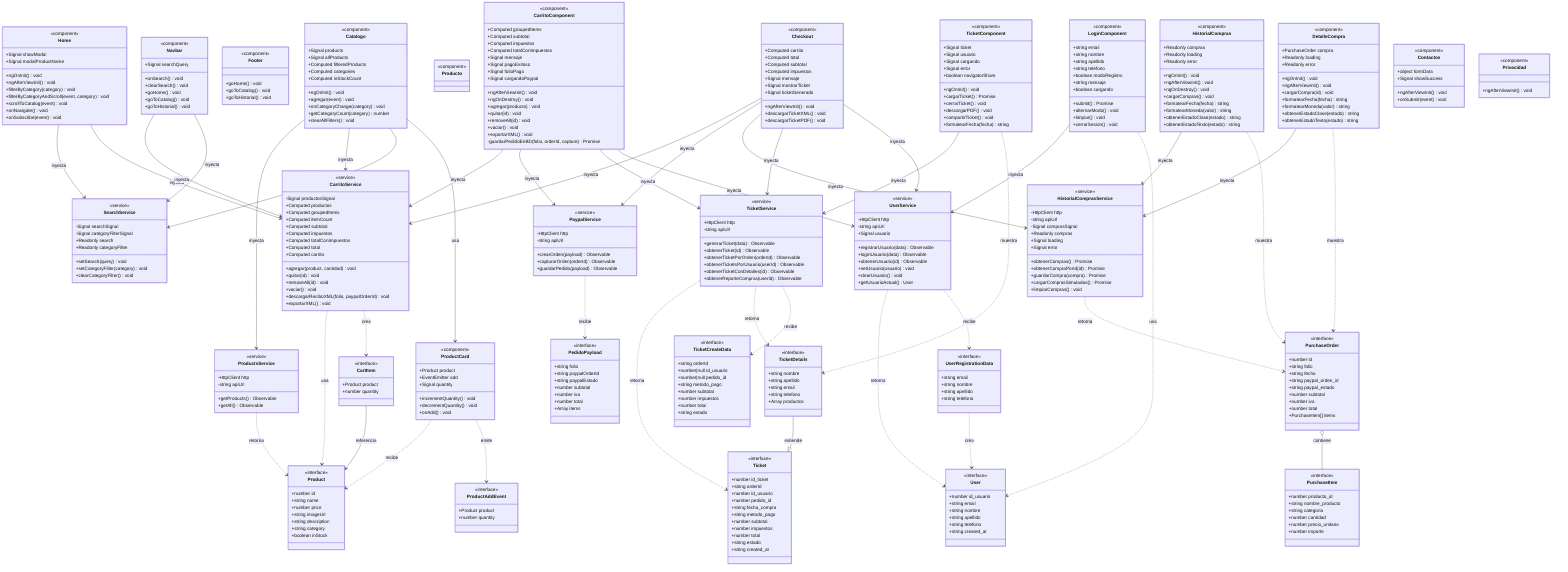
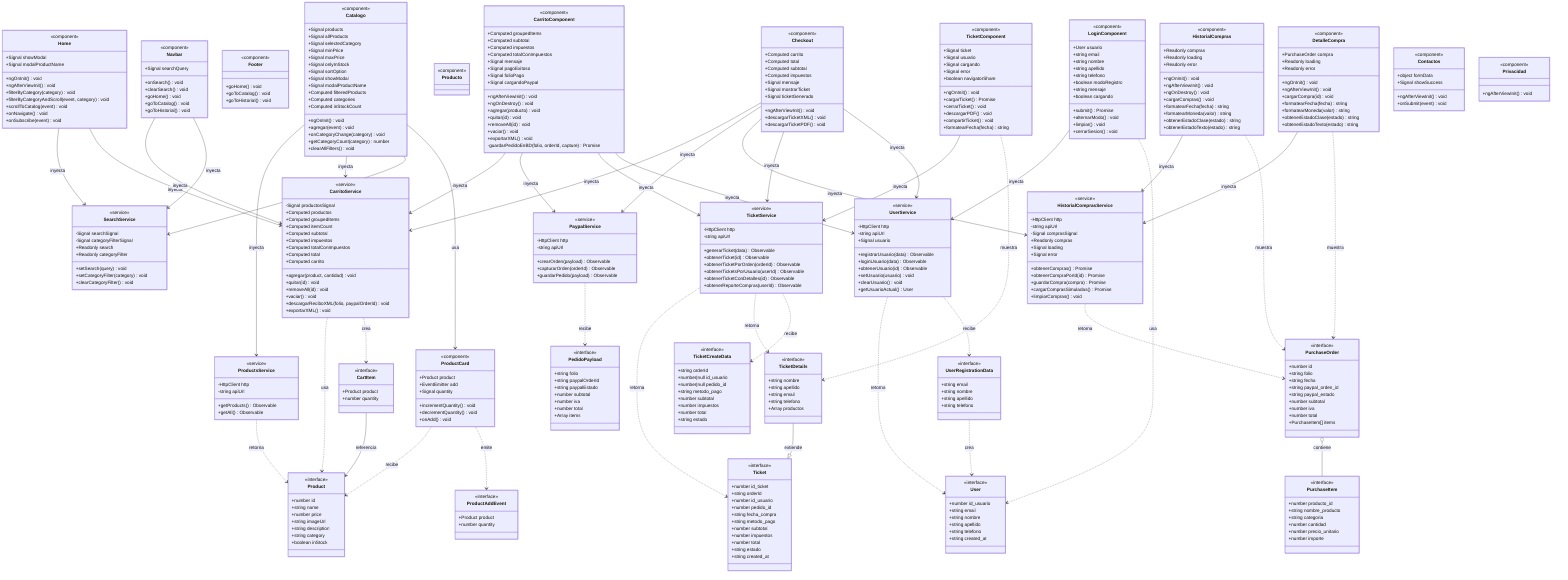
classDiagram
direction TB

%% ─── MODELOS ───────────────────────────────────────────────

class Product {
    <<interface>>
    +number id
    +string name
    +number price
    +string imageUrl
    +string description
    +string category
    +boolean inStock
}

class PurchaseItem {
    <<interface>>
    +number producto_id
    +string nombre_producto
    +string categoria
    +number cantidad
    +number precio_unitario
    +number importe
}

class PurchaseOrder {
    <<interface>>
    +number id
    +string folio
    +string fecha
    +string paypal_orden_id
    +string paypal_estado
    +number subtotal
    +number iva
    +number total
    +PurchaseItem[] items
}

class CartItem {
    <<interface>>
    +Product product
    +number quantity
}

class User {
    <<interface>>
    +number id_usuario
    +string email
    +string nombre
    +string apellido
    +string telefono
    +string created_at
}

class UserRegistrationData {
    <<interface>>
    +string email
    +string nombre
    +string apellido
    +string telefono
}

class Ticket {
    <<interface>>
    +number id_ticket
    +string orderId
    +number id_usuario
    +number pedido_id
    +string fecha_compra
    +string metodo_pago
    +number subtotal
    +number impuestos
    +number total
    +string estado
    +string created_at
}

class TicketDetails {
    <<interface>>
    +string nombre
    +string apellido
    +string email
    +string telefono
    +Array productos
}

class TicketCreateData {
    <<interface>>
    +string orderId
    +number|null id_usuario
    +number|null pedido_id
    +string metodo_pago
    +number subtotal
    +number impuestos
    +number total
    +string estado
}

class PedidoPayload {
    <<interface>>
    +string folio
    +string paypalOrderId
    +string paypalEstado
    +number subtotal
    +number iva
    +number total
    +Array items
}

class ProductAddEvent {
    <<interface>>
    +Product product
    +number quantity
}

%% ─── SERVICIOS ─────────────────────────────────────────────

class ProductsService {
    <<service>>
    -HttpClient http
    -string apiUrl
    +getProducts() Observable
    +getAll() Observable
}

class CarritoService {
    <<service>>
    -Signal productosSignal
    +Computed productos
    +Computed groupedItems
    +Computed itemCount
    +Computed subtotal
    +Computed impuestos
    +Computed totalConImpuestos
    +Computed total
    +Computed carrito
    +agregar(product, cantidad) void
    +quitar(id) void
    +removeAll(id) void
    +vaciar() void
    +descargarReciboXML(folio, paypalOrderId) void
    +exportarXML() void
}

class SearchService {
    <<service>>
    -Signal searchSignal
    -Signal categoryFilterSignal
    +Readonly search
    +Readonly categoryFilter
    +setSearch(query) void
    +setCategoryFilter(category) void
    +clearCategoryFilter() void
}

class PaypalService {
    <<service>>
    -HttpClient http
    -string apiUrl
    +crearOrden(payload) Observable
    +capturarOrden(orderId) Observable
    +guardarPedido(payload) Observable
}

class HistorialComprasService {
    <<service>>
    -HttpClient http
    -string apiUrl
    -Signal comprasSignal
    +Readonly compras
    +Signal loading
    +Signal error
    +obtenerCompras() Promise
    +obtenerCompraPorId(id) Promise
    +guardarCompra(compra) Promise
    +cargarComprasSimuladas() Promise
    +limpiarCompras() void
}

class UserService {
    <<service>>
    -HttpClient http
    -string apiUrl
    +Signal usuario
    +registrarUsuario(data) Observable
    +loginUsuario(data) Observable
    +obtenerUsuario(id) Observable
    +setUsuario(usuario) void
    +clearUsuario() void
    +getUsuarioActual() User
}

class TicketService {
    <<service>>
    -HttpClient http
    -string apiUrl
    +generarTicket(data) Observable
    +obtenerTicket(id) Observable
    +obtenerTicketPorOrden(orderId) Observable
    +obtenerTicketsPorUsuario(userId) Observable
    +obtenerTicketConDetalles(id) Observable
    +obtenerReporteCompras(userId) Observable
}

%% ─── COMPONENTES ────────────────────────────────────────────

class Home {
    <<component>>
    +Signal showModal
    +Signal modalProductName
    +ngOnInit() void
    +ngAfterViewInit() void
    +filterByCategory(category) void
    +filterByCategoryAndScroll(event, category) void
    +scrollToCatalog(event) void
    +onNavigate() void
    +onSubscribe(event) void
}

class Navbar {
    <<component>>
    +Signal searchQuery
    +onSearch() void
    +clearSearch() void
    +goHome() void
    +goToCatalog() void
    +goToHistorial() void
}

class Footer {
    <<component>>
    +goHome() void
    +goToCatalog() void
    +goToHistorial() void
}

class Catalogo {
    <<component>>
    +Signal products
    +Signal allProducts
+     +Signal selectedCategory
+     +Signal minPrice
+     +Signal maxPrice
+     +Signal onlyInStock
+     +Signal sortOption
+     +Signal showModal
+     +Signal modalProductName
    +Computed filteredProducts
    +Computed categories
    +Computed inStockCount
    +ngOnInit() void
    +agregar(event) void
    +onCategoryChange(category) void
    +getCategoryCount(category) number
    +clearAllFilters() void
}

class ProductCard {
    <<component>>
    +Product product
    +EventEmitter add
    +Signal quantity
    +incrementQuantity() void
    +decrementQuantity() void
    +onAdd() void
}

class Producto {
    <<component>>
}

class CarritoComponent {
    <<component>>
    +Computed groupedItems
    +Computed subtotal
    +Computed impuestos
    +Computed totalConImpuestos
    +Signal mensaje
    +Signal pagoExitoso
    +Signal folioPago
    +Signal cargandoPaypal
    +ngAfterViewInit() void
    +ngOnDestroy() void
    +agregar(producto) void
    +quitar(id) void
    +removeAll(id) void
    +vaciar() void
    +exportarXML() void
    -guardarPedidoEnBD(folio, orderId, capture) Promise
}

class Checkout {
    <<component>>
    +Computed carrito
    +Computed total
    +Computed subtotal
    +Computed impuestos
    +Signal mensaje
    +Signal mostrarTicket
    +Signal ticketGenerado
    +ngAfterViewInit() void
    +descargarTicketXML() void
    +descargarTicketPDF() void
}

class LoginComponent {
    <<component>>
+     +User usuario
    +string email
    +string nombre
    +string apellido
    +string telefono
    +boolean modoRegistro
    +string mensaje
    +boolean cargando
    +submit() Promise
    +alternarModo() void
    +limpiar() void
    +cerrarSesion() void
}

class HistorialCompras {
    <<component>>
    +Readonly compras
    +Readonly loading
    +Readonly error
    +ngOnInit() void
    +ngAfterViewInit() void
    +ngOnDestroy() void
    +cargarCompras() void
    +formatearFecha(fecha) string
    +formatearMoneda(valor) string
    +obtenerEstadoClase(estado) string
    +obtenerEstadoTexto(estado) string
}

class DetalleCompra {
    <<component>>
    +PurchaseOrder compra
    +Readonly loading
    +Readonly error
    +ngOnInit() void
    +ngAfterViewInit() void
    +cargarCompra(id) void
    +formatearFecha(fecha) string
    +formatearMoneda(valor) string
    +obtenerEstadoClase(estado) string
    +obtenerEstadoTexto(estado) string
}

class TicketComponent {
    <<component>>
    +Signal ticket
    +Signal usuario
    +Signal cargando
    +Signal error
    +boolean navigatorShare
    +ngOnInit() void
    +cargarTicket() Promise
    +cerrarTicket() void
    +descargarPDF() void
    +compartirTicket() void
    +formatearFecha(fecha) string
}

class Contactos {
    <<component>>
    +object formData
    +Signal showSuccess
    +ngAfterViewInit() void
    +onSubmit(event) void
}

class Privacidad {
    <<component>>
    +ngAfterViewInit() void
}

%% ─── RELACIONES MODELOS ──────────────────────────────────────
PurchaseOrder o-- PurchaseItem : contiene
TicketDetails --|> Ticket : extiende
CartItem --> Product : referencia
UserRegistrationData ..> User : crea

%% ─── RELACIONES SERVICIOS → MODELOS ─────────────────────────
ProductsService ..> Product : retorna
CarritoService ..> Product : usa
CarritoService ..> CartItem : crea
PaypalService ..> PedidoPayload : recibe
HistorialComprasService ..> PurchaseOrder : retorna
UserService ..> User : retorna
UserService ..> UserRegistrationData : recibe
TicketService ..> Ticket : retorna
TicketService ..> TicketDetails : retorna
TicketService ..> TicketCreateData : recibe

%% ─── RELACIONES COMPONENTES → SERVICIOS ─────────────────────
Catalogo --> ProductsService : inyecta
Catalogo --> CarritoService : inyecta
Catalogo --> SearchService : inyecta
Catalogo --> ProductCard : usa

Home --> SearchService : inyecta
Home --> CarritoService : inyecta

Navbar --> CarritoService : inyecta
Navbar --> SearchService : inyecta

CarritoComponent --> CarritoService : inyecta
CarritoComponent --> PaypalService : inyecta
CarritoComponent --> TicketService : inyecta
CarritoComponent --> UserService : inyecta

Checkout --> CarritoService : inyecta
Checkout --> PaypalService : inyecta
Checkout --> HistorialComprasService : inyecta
Checkout --> TicketService : inyecta
Checkout --> UserService : inyecta

HistorialCompras --> HistorialComprasService : inyecta
DetalleCompra --> HistorialComprasService : inyecta

LoginComponent --> UserService : inyecta

TicketComponent --> TicketService : inyecta

%% ─── RELACIONES COMPONENTES → MODELOS ───────────────────────
ProductCard ..> Product : recibe
ProductCard ..> ProductAddEvent : emite
HistorialCompras ..> PurchaseOrder : muestra
DetalleCompra ..> PurchaseOrder : muestra
LoginComponent ..> User : usa
TicketComponent ..> TicketDetails : muestra
